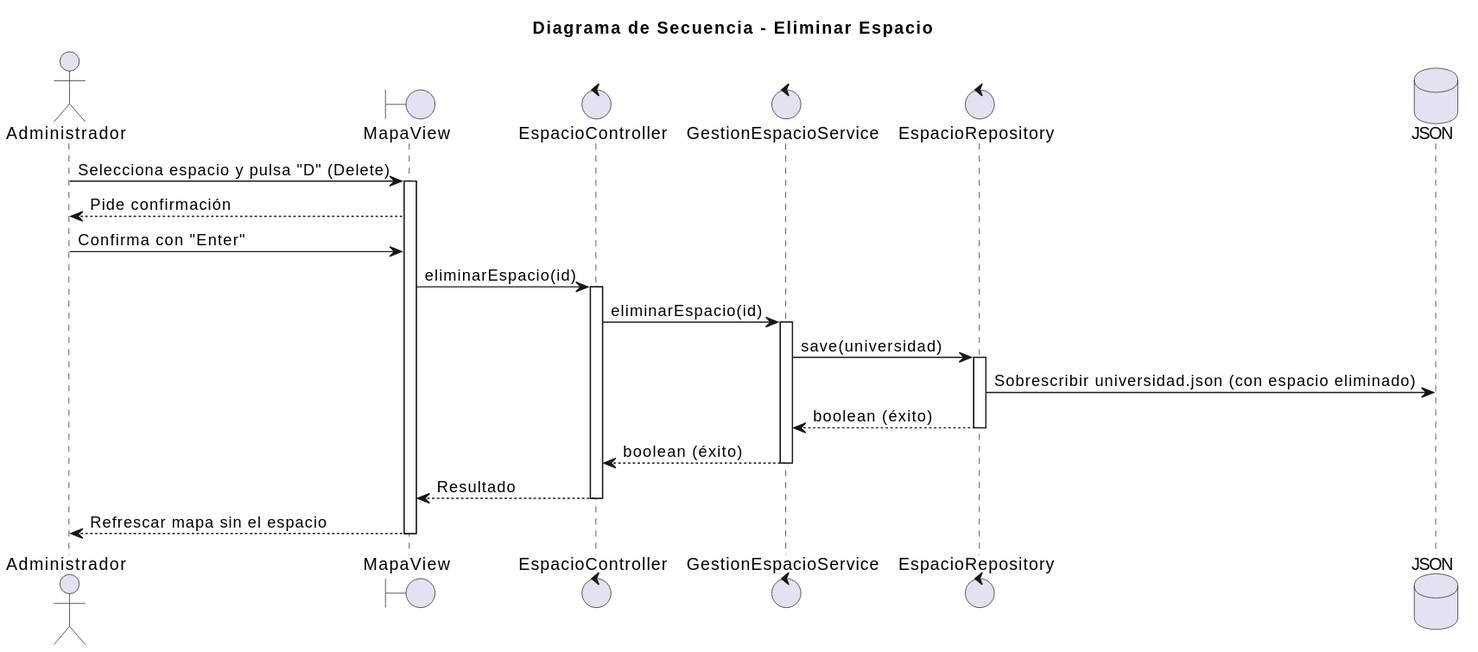
mmasias/25-26-idsw2-sdVC keeps this PlantUML diagram as images/02-diseño/00-Administrador/eliminarEspacio/eliminarEspacio.svg. Above is the earlier version.
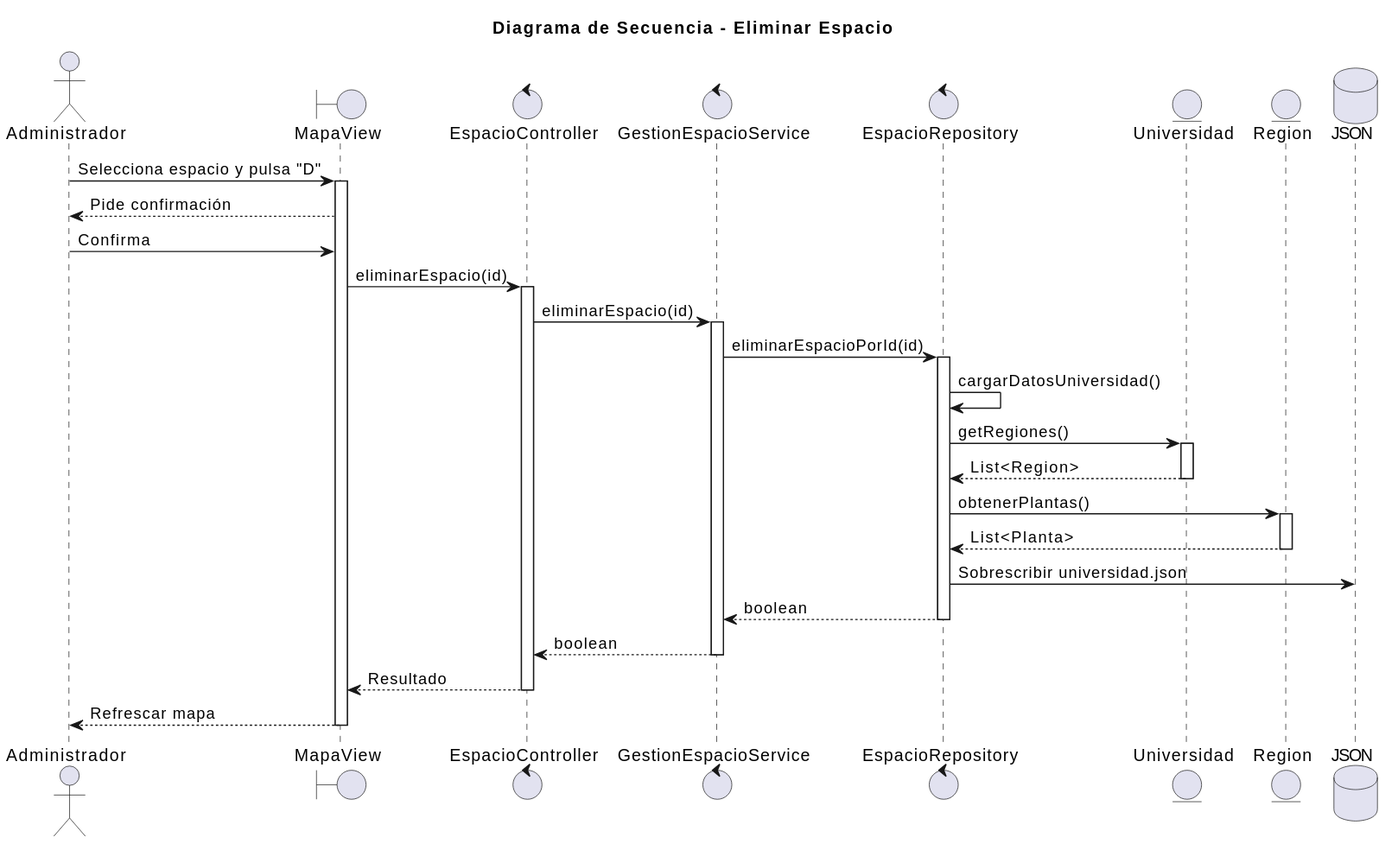
The same file after the commit.

Change to the diagram source:
```diff
@@ -6,25 +6,36 @@
 control "EspacioController" as controller
 control "GestionEspacioService" as service
 control "EspacioRepository" as repository
+entity "Universidad" as uni
+entity "Region" as reg
 database "JSON" as db
 
-admin -> view: Selecciona espacio y pulsa "D" (Delete)
+admin -> view: Selecciona espacio y pulsa "D"
 activate view
 view --> admin: Pide confirmación
-admin -> view: Confirma con "Enter"
+admin -> view: Confirma
 view -> controller: eliminarEspacio(id)
 activate controller
 controller -> service: eliminarEspacio(id)
 activate service
-service -> repository: save(universidad)
+service -> repository: eliminarEspacioPorId(id)
 activate repository
-repository -> db: Sobrescribir universidad.json (con espacio eliminado)
-repository --> service: boolean (éxito)
+repository -> repository: cargarDatosUniversidad()
+repository -> uni: getRegiones()
+activate uni
+uni --> repository: List<Region>
+deactivate uni
+repository -> reg: obtenerPlantas()
+activate reg
+reg --> repository: List<Planta>
+deactivate reg
+repository -> db: Sobrescribir universidad.json
+repository --> service: boolean
 deactivate repository
-service --> controller: boolean (éxito)
+service --> controller: boolean
 deactivate service
 controller --> view: Resultado
 deactivate controller
-view --> admin: Refrescar mapa sin el espacio
+view --> admin: Refrescar mapa
 deactivate view
 @enduml
```
